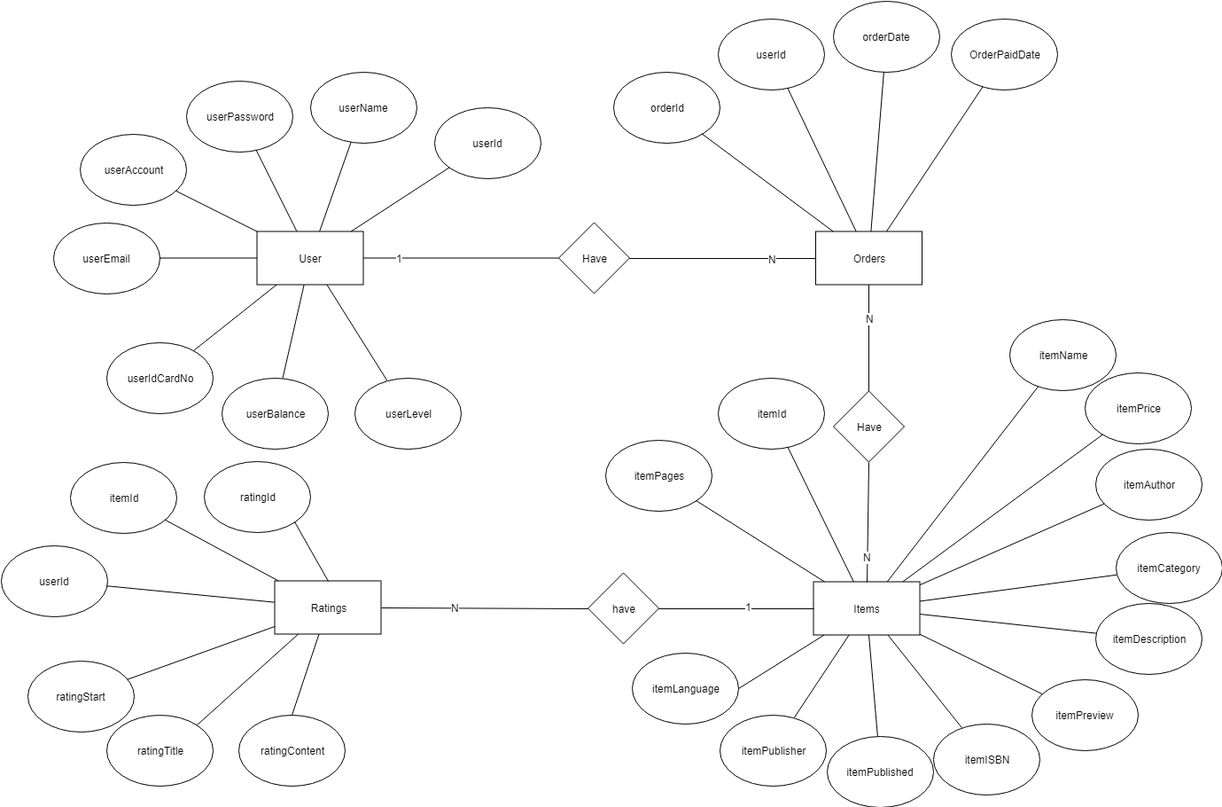
This is Documents/erd/erd .png from tung120320/E-Book-Order-G02, a draw.io export, as it was before one commit. Source tidied: cells renumbered, new cells last; positions are measured from the earlier drawing's top-left corner, leaving out a move shared by most shapes.
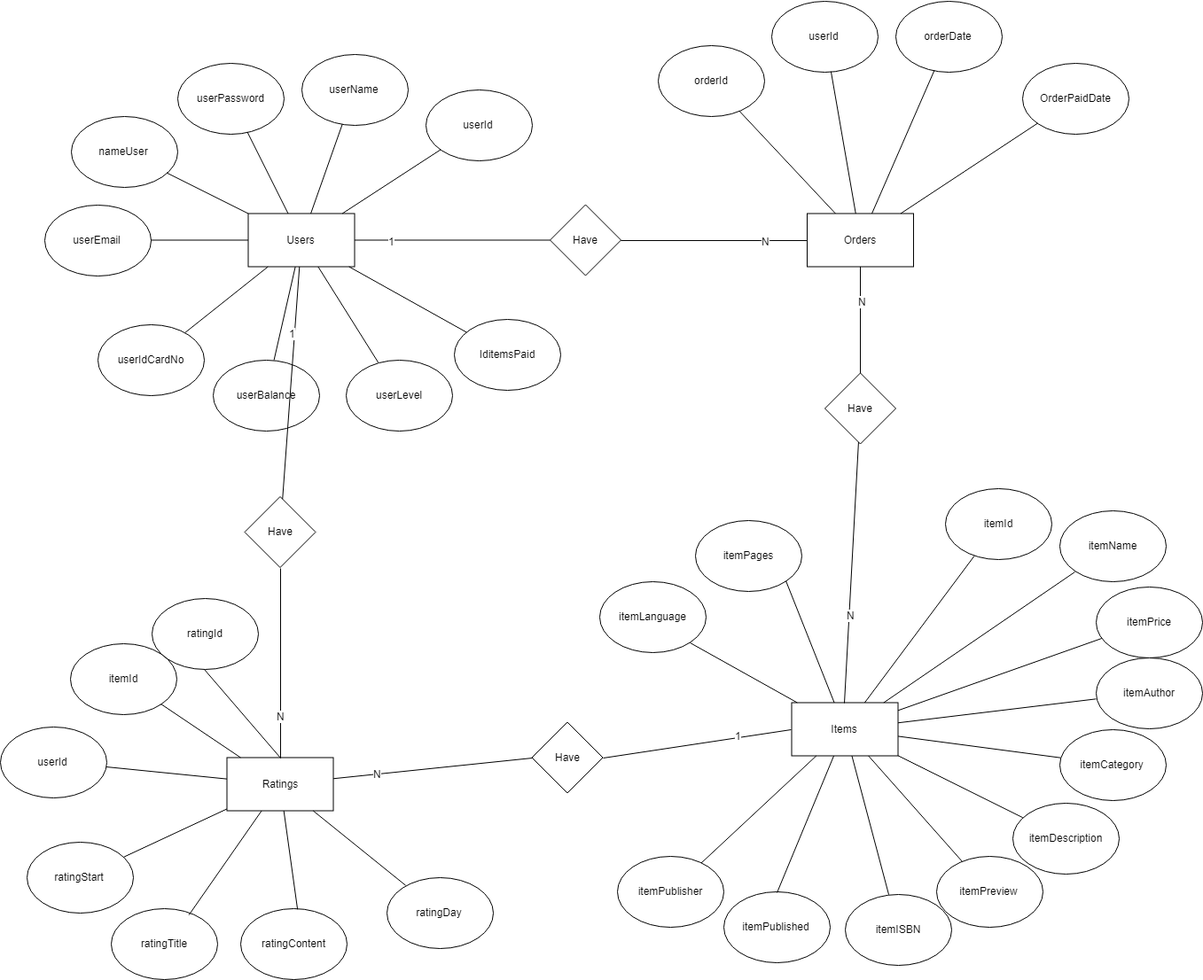
After the commit.

Diff of the diagram source:
```diff
@@ -3,42 +3,39 @@
     <mxCell id="0" />
     <mxCell id="1" parent="0" />
     <mxCell id="2" value="Items" style="rounded=0;whiteSpace=wrap;html=1;" parent="1" vertex="1">
-      <mxGeometry x="916.5" y="655.5" width="120" height="60" as="geometry" />
+      <mxGeometry x="901.5" y="812.5" width="120" height="60" as="geometry" />
     </mxCell>
     <mxCell id="3" value="itemPublisher&lt;br&gt;" style="ellipse;whiteSpace=wrap;html=1;" parent="1" vertex="1">
-      <mxGeometry x="810.5" y="805.5" width="120" height="80" as="geometry" />
+      <mxGeometry x="704.5" y="986" width="120" height="80" as="geometry" />
     </mxCell>
     <mxCell id="4" value="itemPreview" style="ellipse;whiteSpace=wrap;html=1;" parent="1" vertex="1">
-      <mxGeometry x="1163" y="765.5" width="120" height="80" as="geometry" />
+      <mxGeometry x="1064.5" y="986" width="120" height="80" as="geometry" />
     </mxCell>
     <mxCell id="5" value="itemPrice" style="ellipse;whiteSpace=wrap;html=1;" parent="1" vertex="1">
-      <mxGeometry x="1223" y="420" width="120" height="80" as="geometry" />
+      <mxGeometry x="1244.5" y="681.5" width="120" height="80" as="geometry" />
     </mxCell>
     <mxCell id="6" value="itemDescription" style="ellipse;whiteSpace=wrap;html=1;" parent="1" vertex="1">
-      <mxGeometry x="1235" y="680" width="120" height="80" as="geometry" />
+      <mxGeometry x="1150.5" y="926" width="120" height="80" as="geometry" />
     </mxCell>
-    <mxCell id="7" value="itemAuthor" style="ellipse;whiteSpace=wrap;html=1;" parent="1" vertex="1">
-      <mxGeometry x="1235" y="505.5" width="120" height="80" as="geometry" />
-    </mxCell>
     <mxCell id="8" value="itemPublished" style="ellipse;whiteSpace=wrap;html=1;" parent="1" vertex="1">
-      <mxGeometry x="932" y="829.5" width="120" height="80" as="geometry" />
+      <mxGeometry x="824.5" y="1026" width="120" height="80" as="geometry" />
     </mxCell>
     <mxCell id="9" value="itemPages" style="ellipse;whiteSpace=wrap;html=1;" parent="1" vertex="1">
-      <mxGeometry x="682" y="495.5" width="120" height="80" as="geometry" />
+      <mxGeometry x="793" y="606.5" width="120" height="80" as="geometry" />
     </mxCell>
     <mxCell id="10" value="itemISBN" style="ellipse;whiteSpace=wrap;html=1;" parent="1" vertex="1">
-      <mxGeometry x="1052" y="815.5" width="120" height="80" as="geometry" />
+      <mxGeometry x="961.5" y="1028.5" width="120" height="80" as="geometry" />
     </mxCell>
     <mxCell id="11" value="itemLanguage" style="ellipse;whiteSpace=wrap;html=1;" parent="1" vertex="1">
-      <mxGeometry x="712" y="735.5" width="120" height="80" as="geometry" />
+      <mxGeometry x="684.5" y="676" width="120" height="80" as="geometry" />
     </mxCell>
     <mxCell id="12" value="itemCategory" style="ellipse;whiteSpace=wrap;html=1;" parent="1" vertex="1">
-      <mxGeometry x="1257.5" y="600" width="120" height="80" as="geometry" />
+      <mxGeometry x="1204" y="842.5" width="120" height="80" as="geometry" />
     </mxCell>
     <mxCell id="13" value="itemName" style="ellipse;whiteSpace=wrap;html=1;" parent="1" vertex="1">
-      <mxGeometry x="1137.5" y="360" width="120" height="80" as="geometry" />
+      <mxGeometry x="1204" y="596" width="120" height="80" as="geometry" />
     </mxCell>
-    <mxCell id="14" value="User" style="rounded=0;whiteSpace=wrap;html=1;" parent="1" vertex="1">
+    <mxCell id="14" value="Users" style="rounded=0;whiteSpace=wrap;html=1;" parent="1" vertex="1">
       <mxGeometry x="288.5" y="260.5" width="120" height="60" as="geometry" />
     </mxCell>
     <mxCell id="15" value="userEmail" style="ellipse;whiteSpace=wrap;html=1;" parent="1" vertex="1">
@@ -57,13 +54,13 @@
       <mxGeometry x="919" y="260.5" width="120" height="60" as="geometry" />
     </mxCell>
     <mxCell id="20" value="orderDate" style="ellipse;whiteSpace=wrap;html=1;" parent="1" vertex="1">
-      <mxGeometry x="939" y="0.5" width="120" height="80" as="geometry" />
+      <mxGeometry x="1019" y="20.5" width="120" height="80" as="geometry" />
     </mxCell>
     <mxCell id="21" value="orderId" style="ellipse;whiteSpace=wrap;html=1;" parent="1" vertex="1">
-      <mxGeometry x="690.5" y="80.5" width="120" height="80" as="geometry" />
+      <mxGeometry x="750.5" y="70.5" width="120" height="80" as="geometry" />
     </mxCell>
     <mxCell id="22" value="itemId" style="ellipse;whiteSpace=wrap;html=1;" parent="1" vertex="1">
-      <mxGeometry x="809" y="425.5" width="120" height="80" as="geometry" />
+      <mxGeometry x="1074.5" y="571" width="120" height="80" as="geometry" />
     </mxCell>
     <mxCell id="23" style="endArrow=none;html=1;" parent="1" edge="1" source="25" target="14">
       <mxGeometry relative="1" as="geometry" />
@@ -94,19 +91,21 @@
     <mxCell id="31" style="endArrow=none;html=1;exitX=1;exitY=1;exitDx=0;exitDy=0;" parent="1" edge="1" source="9" target="2">
       <mxGeometry relative="1" as="geometry" />
     </mxCell>
-    <mxCell id="32" style="endArrow=none;html=1;" parent="1" edge="1" source="8" target="2">
+    <mxCell id="32" style="endArrow=none;html=1;exitX=0.5;exitY=0;exitDx=0;exitDy=0;" parent="1" edge="1" source="8" target="2">
       <mxGeometry relative="1" as="geometry" />
     </mxCell>
     <mxCell id="33" style="endArrow=none;html=1;" parent="1" edge="1" source="3" target="2">
       <mxGeometry relative="1" as="geometry" />
     </mxCell>
-    <mxCell id="34" style="endArrow=none;html=1;" parent="1" edge="1" source="7" target="2">
-      <mxGeometry relative="1" as="geometry" />
+    <mxCell id="34" style="endArrow=none;html=1;" parent="1" edge="1" target="2">
+      <mxGeometry relative="1" as="geometry">
+        <mxPoint x="1245" y="808.3" as="sourcePoint" />
+      </mxGeometry>
     </mxCell>
     <mxCell id="35" style="endArrow=none;html=1;" parent="1" edge="1" source="22" target="2">
       <mxGeometry relative="1" as="geometry" />
     </mxCell>
-    <mxCell id="36" style="endArrow=none;html=1;entryX=1;entryY=0.5;entryDx=0;entryDy=0;" parent="1" edge="1" source="2" target="11">
+    <mxCell id="36" style="endArrow=none;html=1;entryX=1;entryY=1;entryDx=0;entryDy=0;" parent="1" edge="1" source="2" target="11">
       <mxGeometry relative="1" as="geometry" />
     </mxCell>
     <mxCell id="37" style="endArrow=none;html=1;" parent="1" edge="1" source="2" target="10">
@@ -127,7 +126,7 @@
     <mxCell id="42" style="endArrow=none;html=1;" parent="1" edge="1" source="4" target="2">
       <mxGeometry relative="1" as="geometry" />
     </mxCell>
-    <mxCell id="43" style="endArrow=none;html=1;" parent="1" edge="1" source="2" target="13">
+    <mxCell id="43" style="endArrow=none;html=1;entryX=0;entryY=1;entryDx=0;entryDy=0;" parent="1" edge="1" source="2" target="13">
       <mxGeometry relative="1" as="geometry" />
     </mxCell>
     <mxCell id="44" style="endArrow=none;html=1;" parent="1" edge="1" source="2" target="6">
@@ -142,8 +141,14 @@
     <mxCell id="47" value="N" style="text;html=1;align=center;verticalAlign=middle;labelBackgroundColor=#ffffff;" parent="46" vertex="1">
       <mxGeometry x="0.37" y="-1" relative="1" as="geometry" />
     </mxCell>
+    <mxCell id="79" style="endArrow=none;html=1;exitX=0.5;exitY=0;exitDx=0;exitDy=0;" parent="1" edge="1" source="2" target="45">
+      <mxGeometry relative="1" as="geometry" />
+    </mxCell>
+    <mxCell id="81" value="N" style="text;html=1;align=center;verticalAlign=middle;labelBackgroundColor=#ffffff;" parent="79" vertex="1">
+      <mxGeometry x="-0.32" y="-1" relative="1" as="geometry" />
+    </mxCell>
     <mxCell id="48" value="OrderPaidDate" style="ellipse;whiteSpace=wrap;html=1;" parent="1" vertex="1">
-      <mxGeometry x="1072" y="20.5" width="120" height="80" as="geometry" />
+      <mxGeometry x="1161.5" y="90.5" width="120" height="80" as="geometry" />
     </mxCell>
     <mxCell id="49" style="endArrow=none;html=1;" parent="1" edge="1" source="19" target="48">
       <mxGeometry relative="1" as="geometry" />
@@ -157,7 +162,7 @@
     <mxCell id="52" style="endArrow=none;html=1;" parent="1" edge="1" source="14" target="15">
       <mxGeometry relative="1" as="geometry" />
     </mxCell>
-    <mxCell id="53" value="userAccount" style="ellipse;whiteSpace=wrap;html=1;" parent="1" vertex="1">
+    <mxCell id="53" value="nameUser" style="ellipse;whiteSpace=wrap;html=1;" parent="1" vertex="1">
       <mxGeometry x="88.5" y="150.5" width="120" height="80" as="geometry" />
     </mxCell>
     <mxCell id="54" style="endArrow=none;html=1;" parent="1" edge="1" source="14" target="53">
@@ -176,37 +181,41 @@
       <mxGeometry relative="1" as="geometry" />
     </mxCell>
     <mxCell id="59" value="userId" style="ellipse;whiteSpace=wrap;html=1;" parent="1" vertex="1">
-      <mxGeometry x="809" y="20.5" width="120" height="80" as="geometry" />
+      <mxGeometry x="879" y="20.5" width="120" height="80" as="geometry" />
     </mxCell>
     <mxCell id="60" style="endArrow=none;html=1;" parent="1" edge="1" source="19" target="59">
       <mxGeometry relative="1" as="geometry" />
     </mxCell>
     <mxCell id="61" value="Ratings" style="rounded=0;whiteSpace=wrap;html=1;" parent="1" vertex="1">
-      <mxGeometry x="308.5" y="654.5" width="120" height="60" as="geometry" />
+      <mxGeometry x="264.5" y="874.5" width="120" height="60" as="geometry" />
     </mxCell>
     <mxCell id="62" value="ratingStart" style="ellipse;whiteSpace=wrap;html=1;" parent="1" vertex="1">
-      <mxGeometry x="29.5" y="744.5" width="120" height="80" as="geometry" />
+      <mxGeometry x="39" y="969.5" width="120" height="80" as="geometry" />
     </mxCell>
     <mxCell id="63" value="&lt;span&gt;ratingTitle&lt;/span&gt;" style="ellipse;whiteSpace=wrap;html=1;" parent="1" vertex="1">
-      <mxGeometry x="119" y="805.5" width="120" height="80" as="geometry" />
+      <mxGeometry x="133.5" y="1045" width="120" height="80" as="geometry" />
     </mxCell>
     <mxCell id="64" value="ratingContent" style="ellipse;whiteSpace=wrap;html=1;" parent="1" vertex="1">
-      <mxGeometry x="268" y="805.6" width="120" height="80" as="geometry" />
+      <mxGeometry x="279.5" y="1045.1" width="120" height="80" as="geometry" />
     </mxCell>
     <mxCell id="65" value="itemId" style="ellipse;whiteSpace=wrap;html=1;" parent="1" vertex="1">
-      <mxGeometry x="78" y="520.5" width="120" height="80" as="geometry" />
+      <mxGeometry x="87.5" y="745.5" width="120" height="80" as="geometry" />
     </mxCell>
     <mxCell id="66" value="userId" style="ellipse;whiteSpace=wrap;html=1;" parent="1" vertex="1">
-      <mxGeometry x="-0.5" y="614.5" width="120" height="80" as="geometry" />
+      <mxGeometry x="9" y="839.5" width="120" height="80" as="geometry" />
     </mxCell>
-    <mxCell id="67" style="endArrow=none;html=1;exitX=1;exitY=0;exitDx=0;exitDy=0;" parent="1" edge="1" source="63" target="61">
-      <mxGeometry relative="1" as="geometry" />
+    <mxCell id="67" style="endArrow=none;html=1;" parent="1" edge="1" target="61">
+      <mxGeometry relative="1" as="geometry">
+        <mxPoint x="221.6" y="1052.1" as="sourcePoint" />
+      </mxGeometry>
     </mxCell>
     <mxCell id="68" style="endArrow=none;html=1;" parent="1" edge="1" source="66" target="61">
       <mxGeometry relative="1" as="geometry" />
     </mxCell>
-    <mxCell id="69" style="endArrow=none;html=1;exitX=0.5;exitY=0;exitDx=0;exitDy=0;" parent="1" edge="1" source="64" target="61">
-      <mxGeometry relative="1" as="geometry" />
+    <mxCell id="69" style="endArrow=none;html=1;" parent="1" edge="1" target="61">
+      <mxGeometry relative="1" as="geometry">
+        <mxPoint x="344.1" y="1045.8" as="sourcePoint" />
+      </mxGeometry>
     </mxCell>
     <mxCell id="70" style="endArrow=none;html=1;" parent="1" edge="1" source="62" target="61">
       <mxGeometry relative="1" as="geometry" />
@@ -214,32 +223,56 @@
     <mxCell id="71" style="endArrow=none;html=1;" parent="1" edge="1" source="61" target="65">
       <mxGeometry relative="1" as="geometry" />
     </mxCell>
+    <mxCell id="82" style="endArrow=none;html=1;exitX=0;exitY=0.5;exitDx=0;exitDy=0;" parent="1" edge="1" source="84" target="61">
+      <mxGeometry relative="1" as="geometry" />
+    </mxCell>
+    <mxCell id="83" value="N" style="text;html=1;align=center;verticalAlign=middle;labelBackgroundColor=#ffffff;" parent="82" vertex="1">
+      <mxGeometry x="0.56" y="-1" relative="1" as="geometry" />
+    </mxCell>
+    <mxCell id="84" value="Have" style="rhombus;whiteSpace=wrap;html=1;" parent="1" vertex="1">
+      <mxGeometry x="608.5" y="834.5" width="80" height="80" as="geometry" />
+    </mxCell>
+    <mxCell id="85" value="ratingDay" style="ellipse;whiteSpace=wrap;html=1;" parent="1" vertex="1">
+      <mxGeometry x="444.5" y="1009.6" width="120" height="80" as="geometry" />
+    </mxCell>
+    <mxCell id="86" style="endArrow=none;html=1;" parent="1" edge="1" source="85" target="61">
+      <mxGeometry relative="1" as="geometry" />
+    </mxCell>
+    <mxCell id="87" style="endArrow=none;html=1;exitX=1;exitY=0.5;exitDx=0;exitDy=0;entryX=0;entryY=0.5;entryDx=0;entryDy=0;" parent="1" edge="1" source="84" target="2">
+      <mxGeometry relative="1" as="geometry" />
+    </mxCell>
+    <mxCell id="88" value="1" style="text;html=1;align=center;verticalAlign=middle;labelBackgroundColor=#ffffff;" parent="87" vertex="1">
+      <mxGeometry x="0.43" y="3" relative="1" as="geometry" />
+    </mxCell>
     <mxCell id="72" value="ratingId" style="ellipse;whiteSpace=wrap;html=1;" parent="1" vertex="1">
-      <mxGeometry x="228.5" y="520" width="120" height="80" as="geometry" />
+      <mxGeometry x="179.5" y="694.5" width="120" height="80" as="geometry" />
     </mxCell>
-    <mxCell id="73" style="endArrow=none;html=1;entryX=0;entryY=0.5;entryDx=0;entryDy=0;exitX=1;exitY=0.5;exitDx=0;exitDy=0;" parent="1" edge="1" source="75" target="2">
-      <mxGeometry relative="1" as="geometry" />
-    </mxCell>
-    <mxCell id="74" value="1" style="text;html=1;align=center;verticalAlign=middle;labelBackgroundColor=#ffffff;" parent="73" vertex="1">
-      <mxGeometry x="0.15" y="3" relative="1" as="geometry" />
-    </mxCell>
-    <mxCell id="75" value="have" style="rhombus;whiteSpace=wrap;html=1;" parent="1" vertex="1">
-      <mxGeometry x="662" y="645.5" width="80" height="80" as="geometry" />
-    </mxCell>
-    <mxCell id="76" style="endArrow=none;html=1;entryX=0;entryY=0.5;entryDx=0;entryDy=0;exitX=1;exitY=0.5;exitDx=0;exitDy=0;" parent="1" edge="1" source="61" target="75">
-      <mxGeometry relative="1" as="geometry" />
-    </mxCell>
-    <mxCell id="77" value="N" style="text;html=1;align=center;verticalAlign=middle;labelBackgroundColor=#ffffff;" parent="76" vertex="1">
-      <mxGeometry x="-0.29" y="1" relative="1" as="geometry" />
-    </mxCell>
-    <mxCell id="78" style="endArrow=none;html=1;entryX=1;entryY=1;entryDx=0;entryDy=0;exitX=0.5;exitY=0;exitDx=0;exitDy=0;" parent="1" edge="1" source="61" target="72">
+    <mxCell id="78" style="endArrow=none;html=1;exitX=0.5;exitY=0;exitDx=0;exitDy=0;entryX=0.5;entryY=1;entryDx=0;entryDy=0;" parent="1" edge="1" source="61" target="72">
       <mxGeometry relative="1" as="geometry" />
     </mxCell>
-    <mxCell id="79" style="endArrow=none;html=1;exitX=0.5;exitY=0;exitDx=0;exitDy=0;entryX=0.5;entryY=1;entryDx=0;entryDy=0;" parent="1" edge="1" source="2" target="45">
-      <mxGeometry relative="1" as="geometry" />
-    </mxCell>
-    <mxCell id="80" value="N" style="text;html=1;align=center;verticalAlign=middle;labelBackgroundColor=#ffffff;" parent="79" vertex="1">
-      <mxGeometry x="-0.57" relative="1" as="geometry" />
-    </mxCell>
+    <mxCell id="7" value="itemAuthor" style="ellipse;whiteSpace=wrap;html=1;" parent="1" vertex="1">
+      <mxGeometry x="1244.5" y="762" width="120" height="80" as="geometry" />
+    </mxCell>
+    <mxCell id="89" value="IditemsPaid" style="ellipse;whiteSpace=wrap;html=1;" parent="1" vertex="1">
+      <mxGeometry x="521" y="380" width="120" height="80" as="geometry" />
+    </mxCell>
+    <mxCell id="90" style="endArrow=none;html=1;" parent="1" edge="1" source="14" target="89">
+      <mxGeometry relative="1" as="geometry" />
+    </mxCell>
+    <mxCell id="91" style="endArrow=none;html=1;exitX=0.5;exitY=1;exitDx=0;exitDy=0;entryX=0.5;entryY=0;entryDx=0;entryDy=0;" parent="1" edge="1" source="93" target="61">
+      <mxGeometry relative="1" as="geometry" />
+    </mxCell>
+    <mxCell id="92" value="N" style="text;html=1;align=center;verticalAlign=middle;labelBackgroundColor=#ffffff;" parent="91" vertex="1">
+      <mxGeometry x="0.56" y="-1" relative="1" as="geometry" />
+    </mxCell>
+    <mxCell id="93" value="Have" style="rhombus;whiteSpace=wrap;html=1;" parent="1" vertex="1">
+      <mxGeometry x="284.5" y="580" width="80" height="80" as="geometry" />
+    </mxCell>
+    <mxCell id="94" style="endArrow=none;html=1;" parent="1" edge="1" source="93" target="14">
+      <mxGeometry relative="1" as="geometry" />
+    </mxCell>
+    <mxCell id="95" value="1" style="text;html=1;align=center;verticalAlign=middle;labelBackgroundColor=#ffffff;" parent="94" vertex="1">
+      <mxGeometry x="0.43" y="3" relative="1" as="geometry" />
+    </mxCell>
   </root>
 </mxGraphModel>
```
